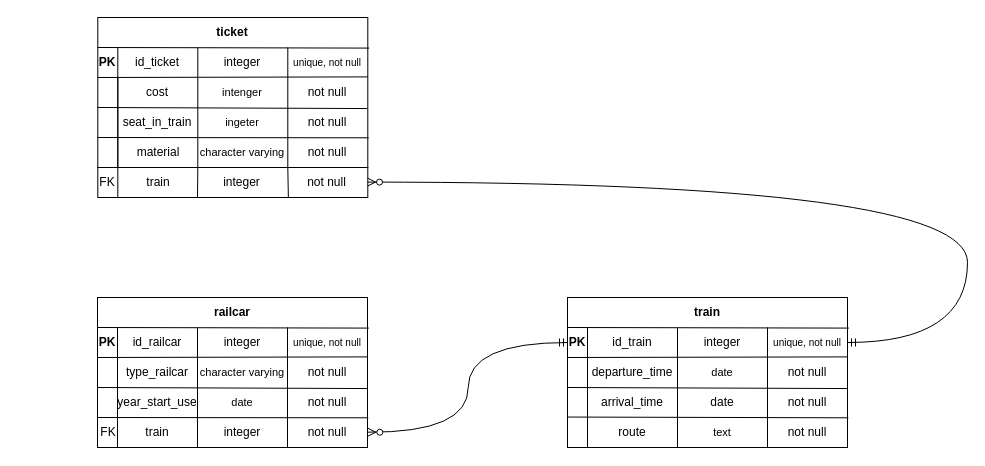
illya-U/bd_lab_2022 keeps this draw.io diagram as lab_1/schema.drawio. Above is the earlier version. Source tidied: cells renumbered, new cells numbered last; positions are measured from the earlier drawing's top-left corner, leaving out a move shared by most shapes. Both pictures are drawn from the tidied source at 100%, with x=0, y=0 at pixel (97, 17).
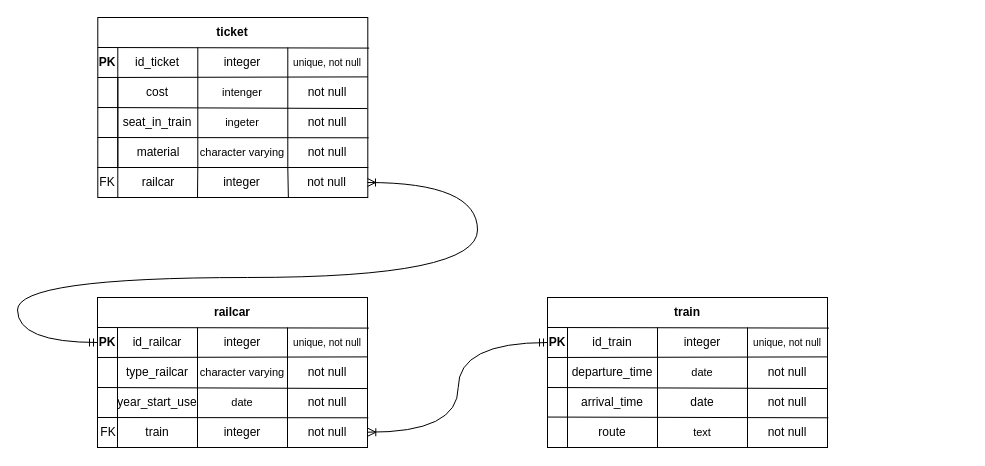
The same diagram, later.

Unchanged cells that the change refers to:
```xml
<mxCell id="36" value="PK" style="text;html=1;strokeColor=none;fillColor=none;align=center;verticalAlign=middle;whiteSpace=wrap;rounded=0;fontStyle=1;" parent="1" vertex="1">
  <mxGeometry y="310" width="20" height="30" as="geometry" />
</mxCell>
<mxCell id="74" value="not null" style="text;html=1;strokeColor=none;fillColor=none;align=center;verticalAlign=middle;whiteSpace=wrap;rounded=0;" parent="1" vertex="1">
  <mxGeometry x="189" y="150" width="81" height="30" as="geometry" />
</mxCell>
```

What changed in the source:
```diff
@@
     <mxCell id="49" style="rounded=0;whiteSpace=wrap;html=1;" parent="1" vertex="1">
-      <mxGeometry x="470" y="280" width="280" height="150" as="geometry" />
+      <mxGeometry x="450" y="280" width="280" height="150" as="geometry" />
     </mxCell>
@@
     <mxCell id="54" style="endArrow=none;html=1;" parent="1" edge="1">
       <mxGeometry relative="1" as="geometry">
-        <mxPoint x="490" y="430" as="sourcePoint" />
-        <mxPoint x="490" y="310" as="targetPoint" />
+        <mxPoint x="470" y="430" as="sourcePoint" />
+        <mxPoint x="470" y="310" as="targetPoint" />
       </mxGeometry>
     </mxCell>
     <mxCell id="55" style="endArrow=none;html=1;" parent="1" edge="1">
       <mxGeometry relative="1" as="geometry">
-        <mxPoint x="580" y="430" as="sourcePoint" />
-        <mxPoint x="580" y="310" as="targetPoint" />
+        <mxPoint x="560" y="430" as="sourcePoint" />
+        <mxPoint x="560" y="310" as="targetPoint" />
       </mxGeometry>
     </mxCell>
     <mxCell id="56" style="endArrow=none;html=1;" parent="1" edge="1">
       <mxGeometry relative="1" as="geometry">
-        <mxPoint x="670" y="430" as="sourcePoint" />
-        <mxPoint x="670" y="310" as="targetPoint" />
+        <mxPoint x="650" y="430" as="sourcePoint" />
+        <mxPoint x="650" y="310" as="targetPoint" />
       </mxGeometry>
     </mxCell>
     <mxCell id="57" value="train" style="text;html=1;strokeColor=none;fillColor=none;align=center;verticalAlign=middle;whiteSpace=wrap;rounded=0;fontStyle=1;" parent="1" vertex="1">
-      <mxGeometry x="470" y="280" width="280" height="30" as="geometry" />
+      <mxGeometry x="450" y="280" width="280" height="30" as="geometry" />
     </mxCell>
     <mxCell id="58" value="PK" style="text;html=1;strokeColor=none;fillColor=none;align=center;verticalAlign=middle;whiteSpace=wrap;rounded=0;fontStyle=1;" parent="1" vertex="1">
-      <mxGeometry x="470" y="310" width="20" height="30" as="geometry" />
+      <mxGeometry x="450" y="310" width="20" height="30" as="geometry" />
     </mxCell>
     <mxCell id="59" value="id_train" style="text;html=1;strokeColor=none;fillColor=none;align=center;verticalAlign=middle;whiteSpace=wrap;rounded=0;" parent="1" vertex="1">
-      <mxGeometry x="490" y="310" width="90" height="30" as="geometry" />
+      <mxGeometry x="470" y="310" width="90" height="30" as="geometry" />
     </mxCell>
     <mxCell id="60" value="integer" style="text;html=1;strokeColor=none;fillColor=none;align=center;verticalAlign=middle;whiteSpace=wrap;rounded=0;" parent="1" vertex="1">
-      <mxGeometry x="580" y="310" width="90" height="30" as="geometry" />
+      <mxGeometry x="560" y="310" width="90" height="30" as="geometry" />
     </mxCell>
     <mxCell id="61" value="&lt;font style=&quot;font-size: 10px&quot;&gt;unique, not null&lt;/font&gt;" style="text;html=1;strokeColor=none;fillColor=none;align=center;verticalAlign=middle;whiteSpace=wrap;rounded=0;" parent="1" vertex="1">
-      <mxGeometry x="670" y="310" width="80" height="30" as="geometry" />
+      <mxGeometry x="650" y="310" width="80" height="30" as="geometry" />
     </mxCell>
     <mxCell id="62" value="departure_time" style="text;html=1;strokeColor=none;fillColor=none;align=center;verticalAlign=middle;whiteSpace=wrap;rounded=0;" parent="1" vertex="1">
-      <mxGeometry x="490" y="340" width="90" height="30" as="geometry" />
+      <mxGeometry x="470" y="340" width="90" height="30" as="geometry" />
     </mxCell>
     <mxCell id="63" value="&lt;font style=&quot;font-size: 11px&quot;&gt;date&lt;/font&gt;" style="text;html=1;strokeColor=none;fillColor=none;align=center;verticalAlign=middle;whiteSpace=wrap;rounded=0;" parent="1" vertex="1">
-      <mxGeometry x="580" y="340" width="90" height="30" as="geometry" />
+      <mxGeometry x="560" y="340" width="90" height="30" as="geometry" />
     </mxCell>
     <mxCell id="64" value="not null" style="text;html=1;strokeColor=none;fillColor=none;align=center;verticalAlign=middle;whiteSpace=wrap;rounded=0;" parent="1" vertex="1">
-      <mxGeometry x="670" y="340" width="80" height="30" as="geometry" />
+      <mxGeometry x="650" y="340" width="80" height="30" as="geometry" />
     </mxCell>
     <mxCell id="65" value="arrival_time" style="text;html=1;strokeColor=none;fillColor=none;align=center;verticalAlign=middle;whiteSpace=wrap;rounded=0;" parent="1" vertex="1">
-      <mxGeometry x="490" y="370" width="90" height="30" as="geometry" />
+      <mxGeometry x="470" y="370" width="90" height="30" as="geometry" />
     </mxCell>
     <mxCell id="66" value="date" style="text;html=1;strokeColor=none;fillColor=none;align=center;verticalAlign=middle;whiteSpace=wrap;rounded=0;" parent="1" vertex="1">
-      <mxGeometry x="580" y="370" width="90" height="30" as="geometry" />
+      <mxGeometry x="560" y="370" width="90" height="30" as="geometry" />
     </mxCell>
     <mxCell id="67" value="not null" style="text;html=1;strokeColor=none;fillColor=none;align=center;verticalAlign=middle;whiteSpace=wrap;rounded=0;" parent="1" vertex="1">
-      <mxGeometry x="670" y="370" width="80" height="30" as="geometry" />
+      <mxGeometry x="650" y="370" width="80" height="30" as="geometry" />
     </mxCell>
     <mxCell id="68" value="route" style="text;html=1;strokeColor=none;fillColor=none;align=center;verticalAlign=middle;whiteSpace=wrap;rounded=0;" parent="1" vertex="1">
-      <mxGeometry x="490" y="400" width="90" height="30" as="geometry" />
+      <mxGeometry x="470" y="400" width="90" height="30" as="geometry" />
     </mxCell>
     <mxCell id="69" value="&lt;span style=&quot;font-size: 11px;&quot;&gt;text&lt;br&gt;&lt;/span&gt;" style="text;html=1;strokeColor=none;fillColor=none;align=center;verticalAlign=middle;whiteSpace=wrap;rounded=0;" parent="1" vertex="1">
-      <mxGeometry x="580" y="400" width="90" height="30" as="geometry" />
+      <mxGeometry x="560" y="400" width="90" height="30" as="geometry" />
     </mxCell>
     <mxCell id="70" value="not null" style="text;html=1;strokeColor=none;fillColor=none;align=center;verticalAlign=middle;whiteSpace=wrap;rounded=0;" parent="1" vertex="1">
-      <mxGeometry x="670" y="400" width="80" height="30" as="geometry" />
+      <mxGeometry x="650" y="400" width="80" height="30" as="geometry" />
     </mxCell>
@@
-    <mxCell id="72" value="train" style="text;html=1;strokeColor=none;fillColor=none;align=center;verticalAlign=middle;whiteSpace=wrap;rounded=0;" parent="1" vertex="1">
+    <mxCell id="72" value="railcar" style="text;html=1;strokeColor=none;fillColor=none;align=center;verticalAlign=middle;whiteSpace=wrap;rounded=0;" parent="1" vertex="1">
       <mxGeometry x="20.7" y="150" width="79.7" height="30" as="geometry" />
     </mxCell>
@@
-    <mxCell id="76" style="edgeStyle=orthogonalEdgeStyle;curved=1;jettySize=auto;html=1;startArrow=ERzeroToMany;startFill=1;endArrow=ERmandOne;endFill=0;entryX=0;entryY=0.5;entryDx=0;entryDy=0;" parent="1" edge="1" target="58">
+    <mxCell id="76" style="edgeStyle=orthogonalEdgeStyle;curved=1;jettySize=auto;html=1;startArrow=ERoneToMany;startFill=0;endArrow=ERmandOne;endFill=0;entryX=0;entryY=0.5;entryDx=0;entryDy=0;" parent="1" edge="1" target="58">
       <mxGeometry relative="1" as="geometry">
         <mxPoint x="270.3" y="414.7" as="sourcePoint" />
       </mxGeometry>
     </mxCell>
-    <mxCell id="77" style="edgeStyle=orthogonalEdgeStyle;curved=1;jettySize=auto;html=1;entryX=1;entryY=0.5;entryDx=0;entryDy=0;startArrow=ERzeroToMany;startFill=1;endArrow=ERmandOne;endFill=0;" parent="1" edge="1" target="61">
+    <mxCell id="77" style="edgeStyle=orthogonalEdgeStyle;curved=1;jettySize=auto;html=1;startArrow=ERoneToMany;startFill=0;endArrow=ERmandOne;endFill=0;entryX=0;entryY=0.5;entryDx=0;entryDy=0;exitX=1;exitY=0.5;exitDx=0;exitDy=0;" parent="1" edge="1" source="74" target="36">
       <mxGeometry relative="1" as="geometry">
-        <mxPoint x="270" y="164.6" as="sourcePoint" />
         <Array as="points">
-          <mxPoint x="870" y="165" />
-          <mxPoint x="870" y="325" />
+          <mxPoint x="380" y="165" />
+          <mxPoint x="380" y="260" />
+          <mxPoint x="-80" y="260" />
+          <mxPoint x="-80" y="325" />
         </Array>
       </mxGeometry>
     </mxCell>
```
